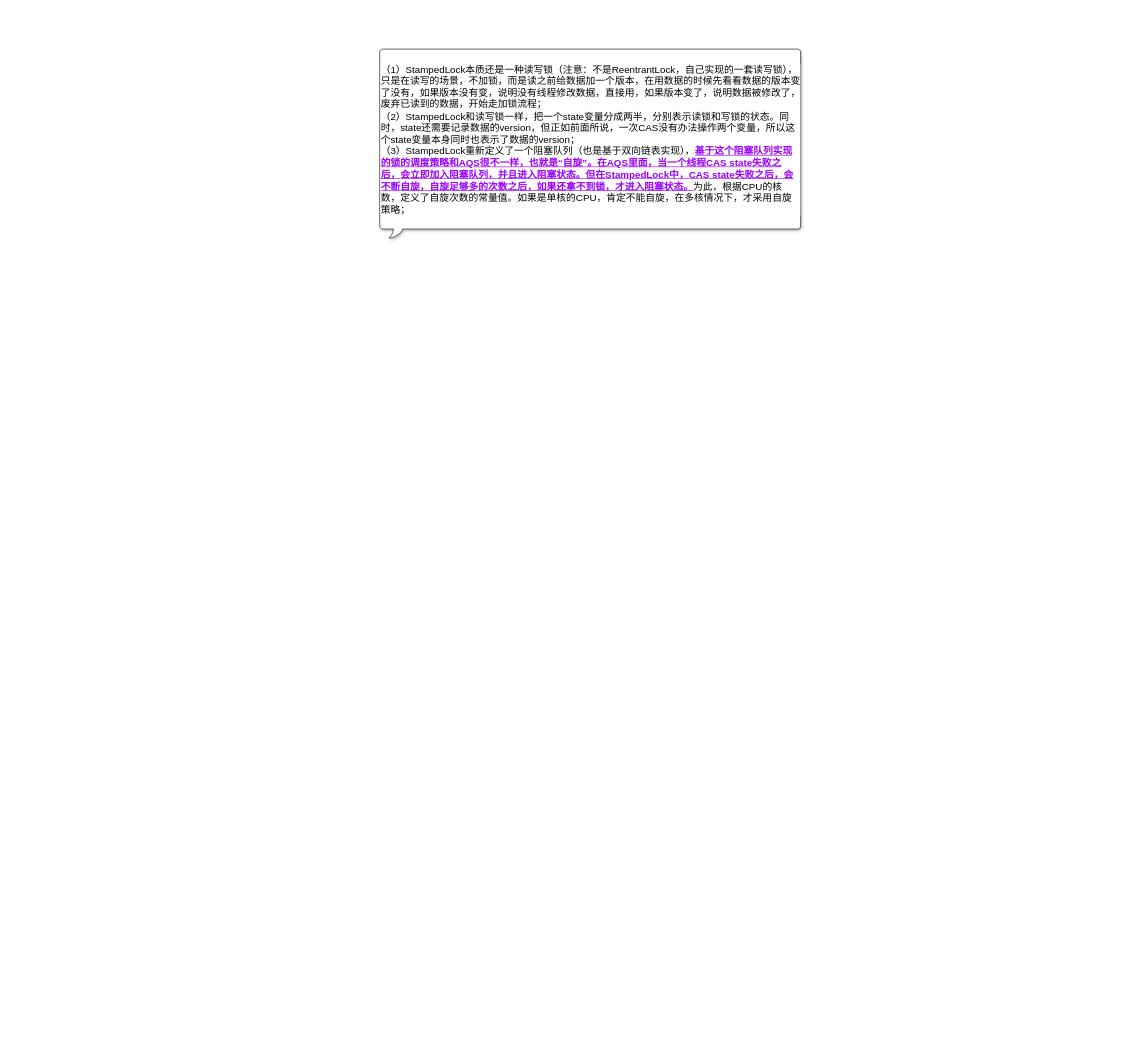
The draw.io diagram page "StampedLock" (8 of 11) of JUC-锁.drawio in leoliangyixun/yuxin, before the edit. Source tidied: cells renumbered, new cells numbered last; positions are measured from the earlier drawing's top-left corner, leaving out a move shared by most shapes. Both pictures are drawn from the tidied source at 61%, with x=0, y=0 at pixel (379, 49).
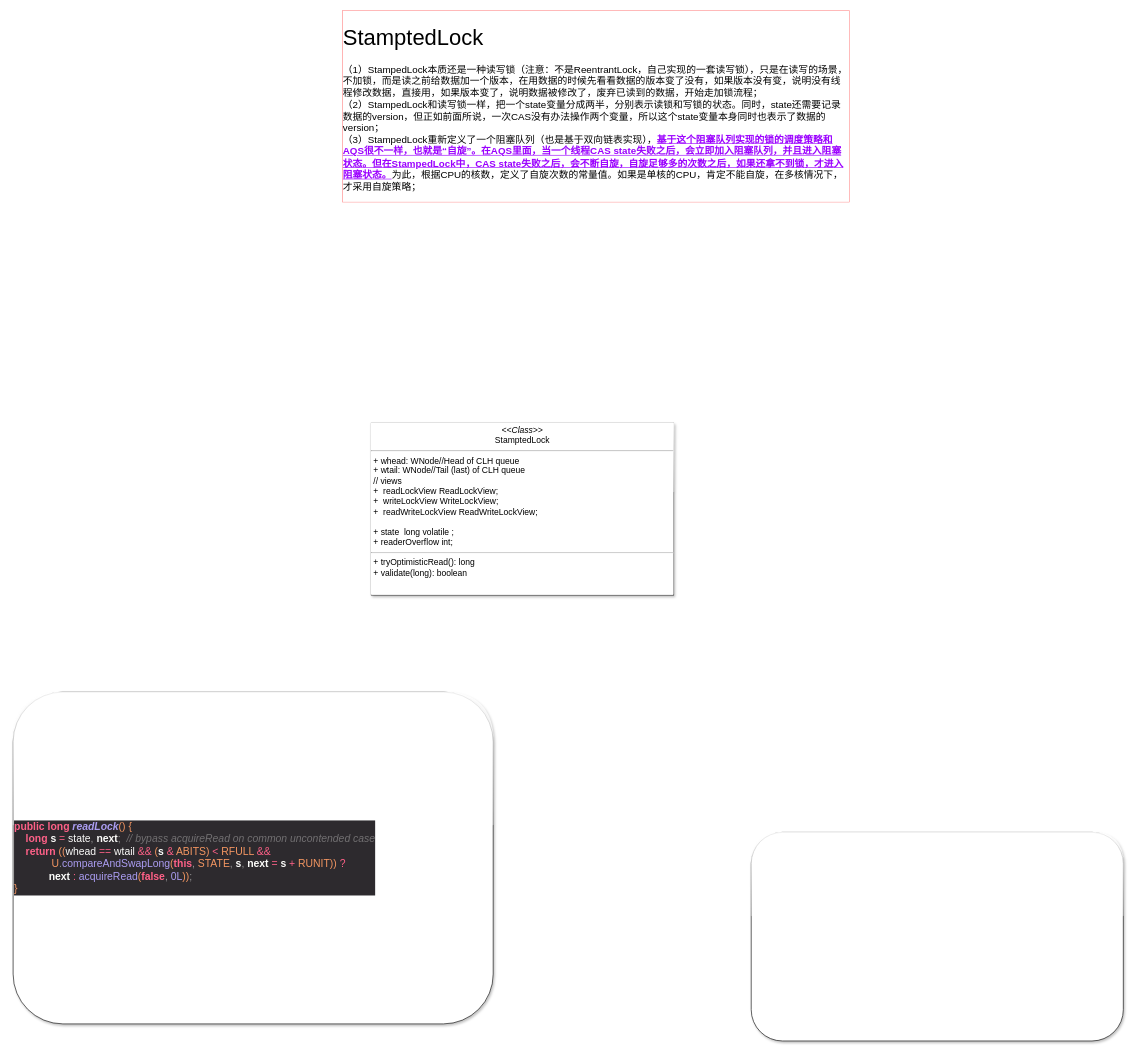
Above is the later version.

What changed in the source:
```diff
@@
 <mxGraphModel>
   <root>
     <mxCell id="0" />
     <mxCell id="1" parent="0" />
-    <mxCell id="2" value="&lt;span&gt;（1）StampedLock本质还是一种读写锁（注意：不是&lt;/span&gt;ReentrantLock，自己实现的一套读写锁&lt;span&gt;），只是在读写的场景，不加锁，而是读之前给数据加一个版本，在用数据的时候先看看数据的版本变了没有，如果版本没有变，说明没有线程修改数据，直接用，如果版本变了，说明数据被修改了，废弃已读到的数据，开始走加锁流程；&lt;br&gt;（2）&lt;/span&gt;StampedLock和读写锁一样，把一个state变量分成两半，分别表示读锁和写锁的状态。同时，state还需要记录数据的version，但正如前面所说，一次CAS没有办法操作两个变量，所以这个state变量本身同时也表示了数据的version；&lt;span&gt;&lt;br&gt;（3）&lt;/span&gt;StampedLock重新定义了一个阻塞队列（也是基于双向链表实现），&lt;u style=&quot;color: rgb(155 , 0 , 255) ; font-weight: bold&quot;&gt;基于这个阻塞队列实现的锁的调度策略和AQS很不一样，也就是“自旋”。在AQS里面，当一个线程CAS state失败之后，会立即加入阻塞队列，并且进入阻塞状态。但在StampedLock中，CAS state失败之后，会不断自旋，自旋足够多的次数之后，如果还拿不到锁，才进入阻塞状态。&lt;/u&gt;为此，根据CPU的核数，定义了自旋次数的常量值。如果是单核的CPU，肯定不能自旋，在多核情况下，才采用自旋策略；" style="whiteSpace=wrap;html=1;shape=mxgraph.basic.roundRectCallout;dx=30;dy=15;size=5;boundedLbl=1;shadow=1;glass=1;labelBackgroundColor=#ffffff;fontFamily=Helvetica;fontSize=16;fontColor=#000000;align=left;" parent="1" vertex="1">
-      <mxGeometry width="690" height="310" as="geometry" />
-    </mxCell>
+    <mxCell id="3" value="&lt;h1&gt;&lt;span style=&quot;font-weight: 400 ; text-align: center&quot;&gt;&lt;font style=&quot;font-size: 36px&quot;&gt;StamptedLock&lt;/font&gt;&lt;/span&gt;&lt;br&gt;&lt;/h1&gt;&lt;p&gt;（1）StampedLock本质还是一种读写锁（注意：不是ReentrantLock，自己实现的一套读写锁），只是在读写的场景，不加锁，而是读之前给数据加一个版本，在用数据的时候先看看数据的版本变了没有，如果版本没有变，说明没有线程修改数据，直接用，如果版本变了，说明数据被修改了，废弃已读到的数据，开始走加锁流程；&lt;br&gt;（2）StampedLock和读写锁一样，把一个state变量分成两半，分别表示读锁和写锁的状态。同时，state还需要记录数据的version，但正如前面所说，一次CAS没有办法操作两个变量，所以这个state变量本身同时也表示了数据的version；&lt;br&gt;（3）StampedLock重新定义了一个阻塞队列（也是基于双向链表实现），&lt;u style=&quot;color: rgb(155 , 0 , 255) ; font-weight: bold&quot;&gt;基于这个阻塞队列实现的锁的调度策略和AQS很不一样，也就是“自旋”。在AQS里面，当一个线程CAS state失败之后，会立即加入阻塞队列，并且进入阻塞状态。但在StampedLock中，CAS state失败之后，会不断自旋，自旋足够多的次数之后，如果还拿不到锁，才进入阻塞状态。&lt;/u&gt;为此，根据CPU的核数，定义了自旋次数的常量值。如果是单核的CPU，肯定不能自旋，在多核情况下，才采用自旋策略；&lt;br&gt;&lt;/p&gt;" style="text;html=1;strokeColor=none;fillColor=none;spacing=5;spacingTop=-20;whiteSpace=wrap;overflow=hidden;rounded=0;shadow=1;glass=1;labelBackgroundColor=#ffffff;fontFamily=Helvetica;fontSize=16;fontColor=#000000;align=left;labelBorderColor=#FF6666;" parent="1" vertex="1">
+      <mxGeometry x="-66" y="-53" width="840" height="310" as="geometry" />
+    </mxCell>
+    <mxCell id="4" value="&lt;p style=&quot;margin: 4px 0px 0px ; text-align: center ; font-size: 14px&quot;&gt;&lt;i style=&quot;font-size: 14px&quot;&gt;&amp;lt;&amp;lt;Class&amp;gt;&amp;gt;&lt;/i&gt;&lt;br style=&quot;font-size: 14px&quot;&gt;&lt;span style=&quot;font-size: 14px&quot;&gt;StamptedLock&lt;/span&gt;&lt;/p&gt;&lt;hr style=&quot;font-size: 14px&quot;&gt;&lt;p style=&quot;margin: 0px 0px 0px 4px&quot;&gt;+ whead: WNode//Head of CLH queue&lt;/p&gt;&lt;p style=&quot;margin: 0px 0px 0px 4px&quot;&gt;+ wtail: WNode//Tail (last) of CLH queue&lt;/p&gt;&lt;p style=&quot;margin: 0px 0px 0px 4px&quot;&gt;// views&lt;/p&gt;&lt;p style=&quot;margin: 0px 0px 0px 4px&quot;&gt;+&amp;nbsp; readLockView ReadLockView;&lt;/p&gt;&lt;p style=&quot;margin: 0px 0px 0px 4px&quot;&gt;+&amp;nbsp; writeLockView WriteLockView;&lt;/p&gt;&lt;p style=&quot;margin: 0px 0px 0px 4px&quot;&gt;+&amp;nbsp; readWriteLockView ReadWriteLockView;&lt;/p&gt;&lt;p style=&quot;margin: 0px 0px 0px 4px&quot;&gt;&lt;br&gt;&lt;/p&gt;&lt;p style=&quot;margin: 0px 0px 0px 4px&quot;&gt;+ state&amp;nbsp; long volatile ;&lt;/p&gt;&lt;p style=&quot;margin: 0px 0px 0px 4px&quot;&gt;+ readerOverflow int;&lt;/p&gt;&lt;hr style=&quot;font-size: 14px&quot;&gt;&lt;p style=&quot;margin: 0px 0px 0px 4px ; font-size: 14px&quot;&gt;+ tryOptimisticRead(): long&lt;br style=&quot;font-size: 14px&quot;&gt;+ validate(long): boolean&lt;/p&gt;" style="verticalAlign=top;align=left;overflow=fill;fontSize=14;fontFamily=Helvetica;html=1;shadow=1;glass=1;labelBackgroundColor=#ffffff;fontStyle=0;" parent="1" vertex="1">
+      <mxGeometry x="-14" y="613" width="496" height="282" as="geometry" />
+    </mxCell>
+    <mxCell id="5" value="&lt;pre style=&quot;background-color: #2d2a2e ; color: #fcfcfa ; font-family: &amp;#34;pt mono&amp;#34; ; font-size: 12.8pt&quot;&gt;&lt;span style=&quot;color: #ff6188 ; font-weight: bold&quot;&gt;public long &lt;/span&gt;&lt;span style=&quot;color: #ab9df2 ; font-weight: bold ; font-style: italic&quot;&gt;readLock&lt;/span&gt;&lt;span style=&quot;color: #f59762&quot;&gt;() {&lt;br&gt;&lt;/span&gt;&lt;span style=&quot;color: #f59762&quot;&gt;    &lt;/span&gt;&lt;span style=&quot;color: #ff6188 ; font-weight: bold&quot;&gt;long &lt;/span&gt;&lt;span style=&quot;font-weight: bold&quot;&gt;s &lt;/span&gt;&lt;span style=&quot;color: #ff6188&quot;&gt;= &lt;/span&gt;state&lt;span style=&quot;color: #939293&quot;&gt;, &lt;/span&gt;&lt;span style=&quot;font-weight: bold&quot;&gt;next&lt;/span&gt;&lt;span style=&quot;color: #939293&quot;&gt;;  &lt;/span&gt;&lt;span style=&quot;color: #727072 ; font-style: italic&quot;&gt;// bypass acquireRead on common uncontended case&lt;br&gt;&lt;/span&gt;&lt;span style=&quot;color: #727072 ; font-style: italic&quot;&gt;    &lt;/span&gt;&lt;span style=&quot;color: #ff6188 ; font-weight: bold&quot;&gt;return &lt;/span&gt;&lt;span style=&quot;color: #f59762&quot;&gt;((&lt;/span&gt;whead &lt;span style=&quot;color: #ff6188&quot;&gt;== &lt;/span&gt;wtail &lt;span style=&quot;color: #ff6188&quot;&gt;&amp;amp;&amp;amp; &lt;/span&gt;&lt;span style=&quot;color: #f59762&quot;&gt;(&lt;/span&gt;&lt;span style=&quot;font-weight: bold&quot;&gt;s &lt;/span&gt;&lt;span style=&quot;color: #ff6188&quot;&gt;&amp;amp; &lt;/span&gt;&lt;span style=&quot;color: #f59762&quot;&gt;ABITS) &lt;/span&gt;&lt;span style=&quot;color: #ff6188&quot;&gt;&amp;lt; &lt;/span&gt;&lt;span style=&quot;color: #f59762&quot;&gt;RFULL &lt;/span&gt;&lt;span style=&quot;color: #ff6188&quot;&gt;&amp;amp;&amp;amp;&lt;br&gt;&lt;/span&gt;&lt;span style=&quot;color: #ff6188&quot;&gt;             &lt;/span&gt;&lt;span style=&quot;color: #f59762&quot;&gt;U&lt;/span&gt;&lt;span style=&quot;color: #939293&quot;&gt;.&lt;/span&gt;&lt;span style=&quot;color: #ab9df2&quot;&gt;compareAndSwapLong&lt;/span&gt;&lt;span style=&quot;color: #f59762&quot;&gt;(&lt;/span&gt;&lt;span style=&quot;color: #ff6188 ; font-weight: bold&quot;&gt;this&lt;/span&gt;&lt;span style=&quot;color: #939293&quot;&gt;, &lt;/span&gt;&lt;span style=&quot;color: #f59762&quot;&gt;STATE&lt;/span&gt;&lt;span style=&quot;color: #939293&quot;&gt;, &lt;/span&gt;&lt;span style=&quot;font-weight: bold&quot;&gt;s&lt;/span&gt;&lt;span style=&quot;color: #939293&quot;&gt;, &lt;/span&gt;&lt;span style=&quot;font-weight: bold&quot;&gt;next &lt;/span&gt;&lt;span style=&quot;color: #ff6188&quot;&gt;= &lt;/span&gt;&lt;span style=&quot;font-weight: bold&quot;&gt;s &lt;/span&gt;&lt;span style=&quot;color: #ff6188&quot;&gt;+ &lt;/span&gt;&lt;span style=&quot;color: #f59762&quot;&gt;RUNIT)) &lt;/span&gt;&lt;span style=&quot;color: #ff6188&quot;&gt;?&lt;br&gt;&lt;/span&gt;&lt;span style=&quot;color: #ff6188&quot;&gt;            &lt;/span&gt;&lt;span style=&quot;font-weight: bold&quot;&gt;next &lt;/span&gt;&lt;span style=&quot;color: #ff6188&quot;&gt;: &lt;/span&gt;&lt;span style=&quot;color: #ab9df2&quot;&gt;acquireRead&lt;/span&gt;&lt;span style=&quot;color: #f59762&quot;&gt;(&lt;/span&gt;&lt;span style=&quot;color: #ff6188 ; font-weight: bold&quot;&gt;false&lt;/span&gt;&lt;span style=&quot;color: #939293&quot;&gt;, &lt;/span&gt;&lt;span style=&quot;color: #ab9df2&quot;&gt;0L&lt;/span&gt;&lt;span style=&quot;color: #f59762&quot;&gt;))&lt;/span&gt;&lt;span style=&quot;color: #939293&quot;&gt;;&lt;br&gt;&lt;/span&gt;&lt;span style=&quot;color: #f59762&quot;&gt;}&lt;/span&gt;&lt;/pre&gt;" style="rounded=1;whiteSpace=wrap;html=1;shadow=1;glass=1;labelBackgroundColor=#ffffff;fontFamily=Helvetica;fontSize=14;fontColor=#000000;align=left;" parent="1" vertex="1">
+      <mxGeometry x="-601" y="1054" width="787" height="544" as="geometry" />
+    </mxCell>
+    <mxCell id="6" style="rounded=1;whiteSpace=wrap;html=1;shadow=1;glass=1;labelBackgroundColor=#ffffff;fontFamily=Helvetica;fontSize=14;fontColor=#000000;align=left;" parent="1" vertex="1">
+      <mxGeometry x="609" y="1284" width="610" height="342" as="geometry" />
+    </mxCell>
   </root>
 </mxGraphModel>
```
